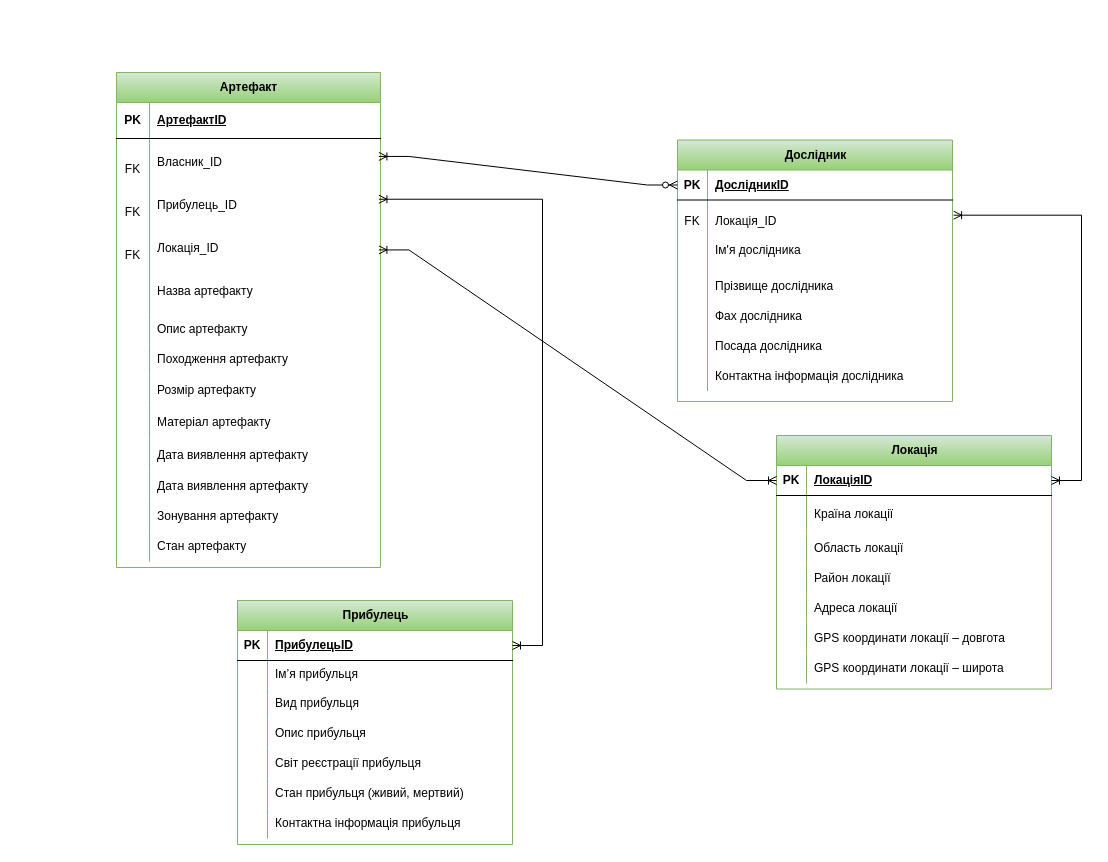
This is page "Страница — 2" (2 of 2) of Диаграмма без названия.drawio from Varvara00/Varvara222-ER, a draw.io file, before an edit. Source tidied: cells renumbered, new cells numbered last; positions are measured from the earlier drawing's top-left corner, leaving out a move shared by most shapes. Both pictures are drawn from the tidied source at 100%, with x=0, y=0 at pixel (116, 72).
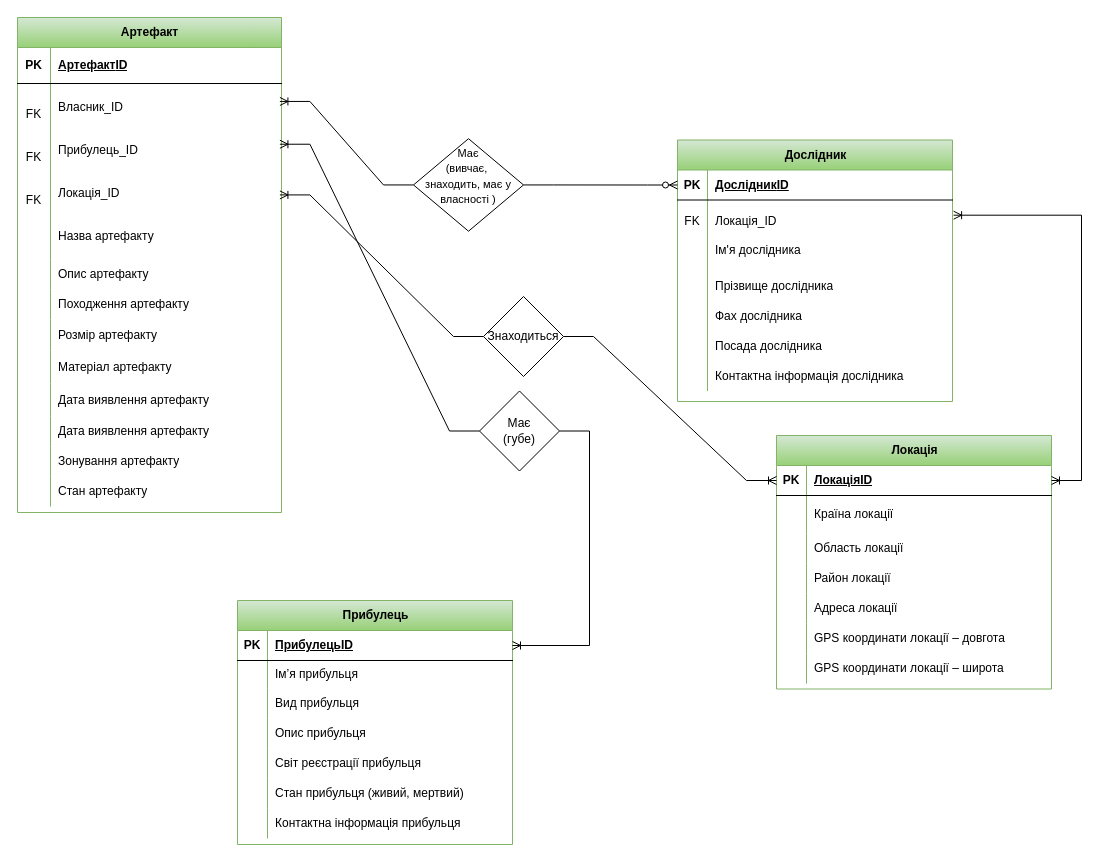
The same page after the edit.

Unchanged cells that the change refers to:
```xml
<mxCell id="6" style="shape=tableRow;horizontal=0;startSize=0;swimlaneHead=0;swimlaneBody=0;fillColor=none;points=[[0,0.5],[1,0.5]];portConstraint=eastwest;top=0;left=0;right=0;bottom=0;" parent="2" vertex="1">
  <mxGeometry y="66" width="264" height="176" as="geometry" />
</mxCell>
<mxCell id="34" style="shape=tableRow;horizontal=0;startSize=0;swimlaneHead=0;swimlaneBody=0;fillColor=none;points=[[0,0.5],[1,0.5]];portConstraint=eastwest;top=0;left=0;right=0;bottom=1;" parent="33" vertex="1">
  <mxGeometry y="30" width="275" height="30" as="geometry" />
</mxCell>
<mxCell id="53" style="shape=tableRow;horizontal=0;startSize=0;swimlaneHead=0;swimlaneBody=0;fillColor=none;points=[[0,0.5],[1,0.5]];portConstraint=eastwest;top=0;left=0;right=0;bottom=1;" parent="52" vertex="1">
  <mxGeometry y="30" width="275" height="30" as="geometry" />
</mxCell>
<mxCell id="75" style="shape=tableRow;horizontal=0;startSize=0;swimlaneHead=0;swimlaneBody=0;fillColor=none;points=[[0,0.5],[1,0.5]];portConstraint=eastwest;top=0;left=0;right=0;bottom=1;" parent="74" vertex="1">
  <mxGeometry y="30" width="275" height="30" as="geometry" />
</mxCell>
```

The edit, as a diff of the source:
```diff
@@
     <mxCell id="2" value="Артефакт" style="shape=table;startSize=30;childLayout=tableLayout;rowLines=0;fontStyle=1;align=center;html=1;fillColor=#d5e8d4;strokeColor=#82b366;gradientColor=#97d077;" parent="1" vertex="1">
-      <mxGeometry width="264" height="495" as="geometry" />
+      <mxGeometry x="-99" y="-55" width="264" height="495" as="geometry" />
     </mxCell>
@@
-    <mxCell id="96" style="edgeStyle=entityRelationEdgeStyle;fontSize=12;html=1;endArrow=ERoneToMany;startArrow=ERzeroToMany;rounded=0;exitX=0;exitY=0.5;exitDx=0;exitDy=0;entryX=0.994;entryY=0.102;entryDx=0;entryDy=0;entryPerimeter=0;" parent="1" edge="1" source="34" target="6">
+    <mxCell id="96" style="edgeStyle=entityRelationEdgeStyle;fontSize=12;html=1;endArrow=ERoneToMany;startArrow=none;rounded=0;exitX=0;exitY=0.5;exitDx=0;exitDy=0;entryX=0.994;entryY=0.102;entryDx=0;entryDy=0;entryPerimeter=0;startFill=0;" parent="1" edge="1" source="103" target="6">
       <mxGeometry relative="1" as="geometry" />
     </mxCell>
-    <mxCell id="97" style="edgeStyle=entityRelationEdgeStyle;fontSize=12;html=1;endArrow=ERoneToMany;startArrow=ERoneToMany;rounded=0;exitX=0.994;exitY=0.345;exitDx=0;exitDy=0;exitPerimeter=0;" parent="1" edge="1" source="6" target="75">
-      <mxGeometry relative="1" as="geometry" />
+    <mxCell id="97" style="edgeStyle=entityRelationEdgeStyle;fontSize=12;html=1;endArrow=ERoneToMany;startArrow=none;rounded=0;startFill=0;" parent="1" edge="1" source="101" target="75">
+      <mxGeometry relative="1" as="geometry">
+        <Array as="points">
+          <mxPoint x="426" y="363" />
+        </Array>
+      </mxGeometry>
     </mxCell>
-    <mxCell id="98" style="edgeStyle=entityRelationEdgeStyle;fontSize=12;html=1;endArrow=ERoneToMany;startArrow=ERoneToMany;rounded=0;exitX=0.994;exitY=0.633;exitDx=0;exitDy=0;exitPerimeter=0;entryX=0;entryY=0.5;entryDx=0;entryDy=0;" parent="1" edge="1" source="6" target="53">
+    <mxCell id="98" style="edgeStyle=entityRelationEdgeStyle;fontSize=12;html=1;endArrow=ERoneToMany;startArrow=none;rounded=0;exitX=1;exitY=0.5;exitDx=0;exitDy=0;entryX=0;entryY=0.5;entryDx=0;entryDy=0;startFill=0;" parent="1" edge="1" source="105" target="53">
       <mxGeometry relative="1" as="geometry" />
     </mxCell>
@@
+    <mxCell id="100" style="edgeStyle=entityRelationEdgeStyle;fontSize=12;html=1;endArrow=none;startArrow=ERoneToMany;rounded=0;exitX=0.994;exitY=0.345;exitDx=0;exitDy=0;exitPerimeter=0;endFill=0;" parent="1" edge="1" source="6" target="101">
+      <mxGeometry relative="1" as="geometry" />
+    </mxCell>
+    <mxCell id="101" value="&lt;div style=&quot;line-height: 15.6px;&quot;&gt;&lt;br class=&quot;Apple-interchange-newline&quot;&gt;Має&lt;/div&gt;&lt;div style=&quot;line-height: 15.6px;&quot;&gt;&lt;span style=&quot;background-color: initial;&quot;&gt;(губе)&lt;/span&gt;&lt;/div&gt;&lt;div style=&quot;line-height: 15.6px;&quot;&gt;&lt;br&gt;&lt;/div&gt;" style="rhombus;whiteSpace=wrap;html=1;" parent="1" vertex="1">
+      <mxGeometry x="363" y="318.5" width="80" height="80" as="geometry" />
+    </mxCell>
+    <mxCell id="102" style="edgeStyle=entityRelationEdgeStyle;fontSize=12;html=1;endArrow=none;startArrow=ERzeroToMany;rounded=0;exitX=0;exitY=0.5;exitDx=0;exitDy=0;entryX=1;entryY=0.5;entryDx=0;entryDy=0;endFill=0;" parent="1" edge="1" source="34" target="103">
+      <mxGeometry relative="1" as="geometry" />
+    </mxCell>
+    <mxCell id="103" value="&lt;div style=&quot;line-height: 15.6px; font-size: 11px;&quot;&gt;&lt;font style=&quot;font-size: 11px;&quot;&gt;Має&lt;/font&gt;&lt;/div&gt;&lt;div style=&quot;line-height: 15.6px; font-size: 11px;&quot;&gt;&lt;span style=&quot;background-color: initial;&quot;&gt;&lt;font style=&quot;font-size: 11px;&quot;&gt;(вивчає,&amp;nbsp;&lt;/font&gt;&lt;/span&gt;&lt;/div&gt;&lt;div style=&quot;line-height: 15.6px; font-size: 11px;&quot;&gt;&lt;span style=&quot;background-color: initial;&quot;&gt;&lt;font style=&quot;font-size: 11px;&quot;&gt;знаходить, має у власності )&lt;/font&gt;&lt;/span&gt;&lt;/div&gt;&lt;div style=&quot;line-height: 15.6px; font-size: 11px;&quot;&gt;&lt;br&gt;&lt;/div&gt;" style="rhombus;whiteSpace=wrap;html=1;" parent="1" vertex="1">
+      <mxGeometry x="297" y="66.2" width="110" height="92.5" as="geometry" />
+    </mxCell>
+    <mxCell id="104" style="edgeStyle=entityRelationEdgeStyle;fontSize=12;html=1;endArrow=none;startArrow=ERoneToMany;rounded=0;exitX=0.994;exitY=0.633;exitDx=0;exitDy=0;exitPerimeter=0;entryX=0;entryY=0.5;entryDx=0;entryDy=0;endFill=0;" parent="1" edge="1" source="6" target="105">
+      <mxGeometry relative="1" as="geometry" />
+    </mxCell>
+    <mxCell id="105" value="Знаходиться" style="rhombus;whiteSpace=wrap;html=1;" parent="1" vertex="1">
+      <mxGeometry x="367" y="224" width="80" height="80" as="geometry" />
+    </mxCell>
```
